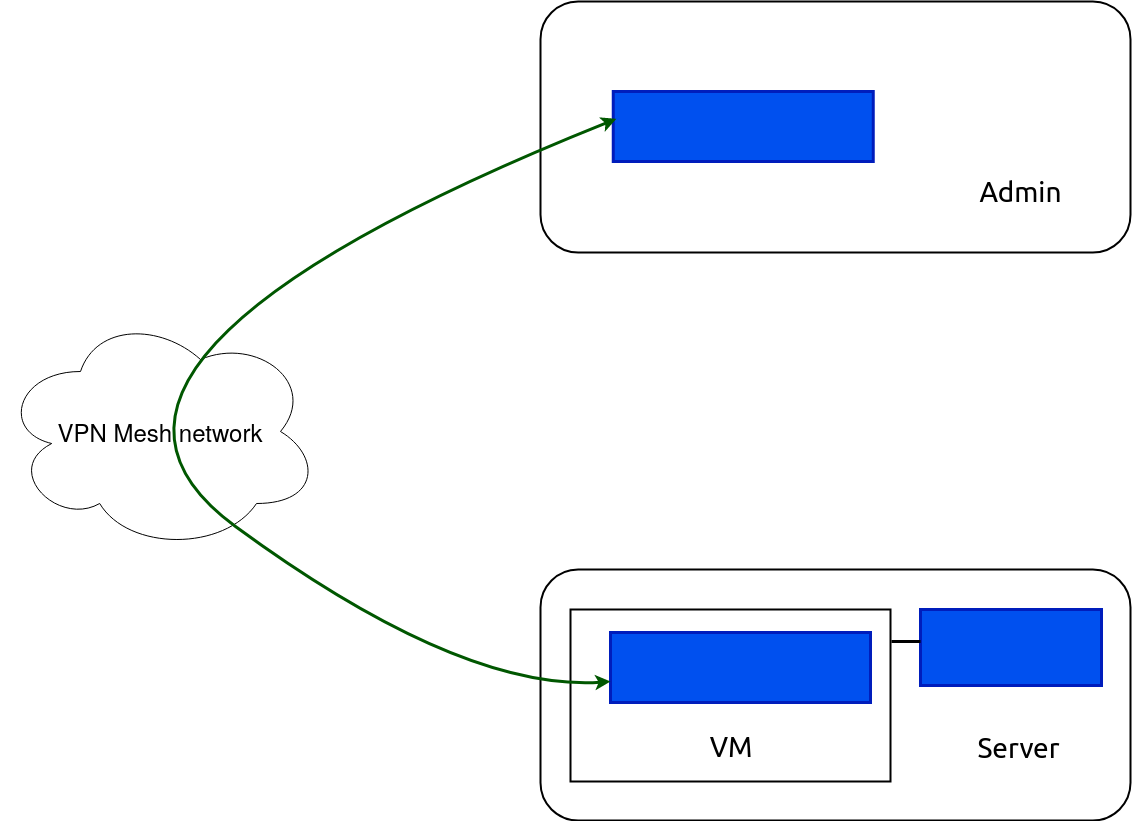
Above: vm-controller.drawio.png in clan-lol/clan-docs (draw.io), before the change. Source tidied: cells renumbered, new cells last; positions are measured from the earlier drawing's top-left corner, leaving out a move shared by most shapes. Source of this version:
```xml
<mxGraphModel>
  <root>
    <mxCell id="0" />
    <mxCell id="1" value="Connector" parent="0" />
    <mxCell id="2" value="&lt;font style=&quot;font-size: 24px;&quot;&gt;VPN Mesh network&lt;/font&gt;" style="ellipse;shape=cloud;whiteSpace=wrap;html=1;" parent="1" vertex="1">
      <mxGeometry y="310" width="320" height="240" as="geometry" />
    </mxCell>
    <mxCell id="3" style="group;" parent="1" vertex="1">
      <mxGeometry x="421" y="568" width="709" height="251" as="geometry" />
    </mxCell>
    <mxCell id="4" style="rounded=1;whiteSpace=wrap;html=1;hachureGap=4;strokeWidth=2;" parent="3" vertex="1">
      <mxGeometry x="119" width="590" height="251" as="geometry" />
    </mxCell>
    <mxCell id="5" style="verticalAlign=middle;align=center;vsdxID=5;shape=(stored shape, 160 characters);strokeWidth=2;labelBackgroundColor=none;rounded=0;html=1;whiteSpace=wrap;" parent="3" vertex="1">
      <mxGeometry x="149" y="40" width="320" height="172" as="geometry" />
    </mxCell>
    <mxCell id="6" value="&lt;font style=&quot;font-size: 22px; font-family: &amp;quot;calibri&amp;quot;; color: rgb(0, 0, 0); direction: ltr; letter-spacing: 0px; line-height: 120%; opacity: 1; --darkreader-inline-color: #e8e6e3;&quot;&gt;&lt;font style=&quot;font-size: 28px&quot;&gt;VM&lt;br&gt;&lt;/font&gt;&lt;/font&gt;" style="verticalAlign=middle;align=center;vsdxID=19;fillColor=none;gradientColor=none;shape=(stored shape, 160 characters);strokeColor=none;labelBackgroundColor=none;rounded=0;html=1;whiteSpace=wrap;" parent="3" vertex="1">
      <mxGeometry x="150" y="152" width="320" height="53" as="geometry" />
    </mxCell>
    <mxCell id="7" value="&lt;font style=&quot;font-size: 28px; font-family: Calibri; color: rgb(0, 0, 0); direction: ltr; letter-spacing: 0px; line-height: 120%; opacity: 1; --darkreader-inline-color: #e8e6e3;&quot;&gt;Server&lt;br&gt;&lt;/font&gt;" style="verticalAlign=middle;align=center;vsdxID=20;fillColor=none;gradientColor=none;shape=(stored shape, 160 characters);strokeColor=none;labelBackgroundColor=none;rounded=0;html=1;whiteSpace=wrap;" parent="3" vertex="1">
      <mxGeometry x="535" y="152" width="125" height="53" as="geometry" />
    </mxCell>
    <mxCell id="8" style="vsdxID=12;fillColor=#0050ef;shape=(stored shape, 160 characters);strokeColor=#001DBC;strokeWidth=3;labelBackgroundColor=none;rounded=0;html=1;whiteSpace=wrap;fontColor=#ffffff;" parent="3" vertex="1">
      <mxGeometry x="189" y="63" width="260" height="70" as="geometry" />
    </mxCell>
    <mxCell id="9" style="vsdxID=14;fillColor=#0050ef;shape=(stored shape, 160 characters);strokeColor=#001DBC;strokeWidth=3;labelBackgroundColor=none;rounded=0;html=1;whiteSpace=wrap;fontColor=#ffffff;" parent="3" vertex="1">
      <mxGeometry x="499" y="40" width="181" height="76" as="geometry" />
    </mxCell>
    <mxCell id="10" style="vsdxID=48;edgeStyle=none;startArrow=none;endArrow=none;startSize=5;endSize=5;strokeWidth=3;strokeColor=#000000;spacingTop=0;spacingBottom=0;spacingLeft=0;spacingRight=0;verticalAlign=middle;html=1;labelBackgroundColor=#ffffff;rounded=0;entryX=0.995;entryY=0.269;entryDx=0;entryDy=0;entryPerimeter=0;" parent="3" edge="1">
      <mxGeometry relative="1" as="geometry">
        <mxPoint x="499" y="72" as="sourcePoint" />
        <mxPoint x="470" y="72" as="targetPoint" />
      </mxGeometry>
    </mxCell>
    <mxCell id="11" style="group;" parent="1" vertex="1">
      <mxGeometry x="540" width="590" height="251" as="geometry" />
    </mxCell>
    <mxCell id="12" style="rounded=1;whiteSpace=wrap;html=1;hachureGap=4;strokeWidth=2;" parent="11" vertex="1">
      <mxGeometry width="590" height="251" as="geometry" />
    </mxCell>
    <mxCell id="13" value="&lt;font style=&quot;font-size: 28px; font-family: &amp;quot;calibri&amp;quot;; color: rgb(0, 0, 0); direction: ltr; letter-spacing: 0px; line-height: 120%; opacity: 1; --darkreader-inline-color: #e8e6e3;&quot;&gt;Admin&lt;br&gt;&lt;/font&gt;" style="verticalAlign=middle;align=center;vsdxID=28;fillColor=none;gradientColor=none;shape=(stored shape, 160 characters);strokeColor=none;labelBackgroundColor=none;rounded=0;html=1;whiteSpace=wrap;" parent="11" vertex="1">
      <mxGeometry x="413" y="140" width="135" height="99" as="geometry" />
    </mxCell>
    <mxCell id="14" style="vsdxID=12;fillColor=#0050ef;shape=(stored shape, 160 characters);strokeColor=#001DBC;strokeWidth=3;labelBackgroundColor=none;rounded=0;html=1;whiteSpace=wrap;fontColor=#ffffff;" parent="11" vertex="1">
      <mxGeometry x="72.8" y="90" width="260" height="70" as="geometry" />
    </mxCell>
    <mxCell id="15" style="curved=1;endArrow=classic;html=1;rounded=0;entryX=0.012;entryY=0.39;entryDx=0;entryDy=0;entryPerimeter=0;strokeWidth=3;startArrow=classic;startFill=1;fillColor=#008a00;strokeColor=#005700;" parent="1" edge="1" target="14">
      <mxGeometry relative="1" as="geometry">
        <mxPoint x="610" y="680" as="sourcePoint" />
        <Array as="points">
          <mxPoint x="460" y="690" />
          <mxPoint x="10" y="360" />
        </Array>
      </mxGeometry>
    </mxCell>
  </root>
</mxGraphModel>
```
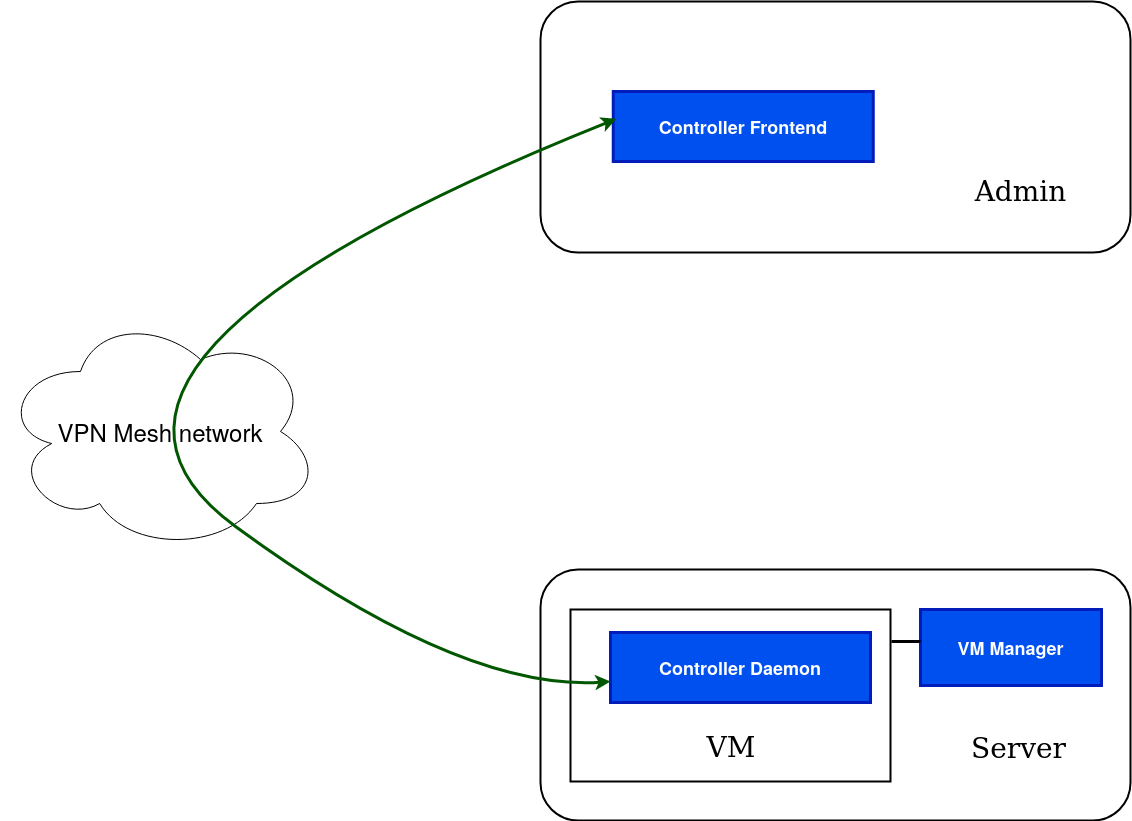
The same file after the commit.

The edit, as a diff of the source:
```diff
@@ -20,10 +20,10 @@
     <mxCell id="7" value="&lt;font style=&quot;font-size: 28px; font-family: Calibri; color: rgb(0, 0, 0); direction: ltr; letter-spacing: 0px; line-height: 120%; opacity: 1; --darkreader-inline-color: #e8e6e3;&quot;&gt;Server&lt;br&gt;&lt;/font&gt;" style="verticalAlign=middle;align=center;vsdxID=20;fillColor=none;gradientColor=none;shape=(stored shape, 160 characters);strokeColor=none;labelBackgroundColor=none;rounded=0;html=1;whiteSpace=wrap;" parent="3" vertex="1">
       <mxGeometry x="535" y="152" width="125" height="53" as="geometry" />
     </mxCell>
-    <mxCell id="8" style="vsdxID=12;fillColor=#0050ef;shape=(stored shape, 160 characters);strokeColor=#001DBC;strokeWidth=3;labelBackgroundColor=none;rounded=0;html=1;whiteSpace=wrap;fontColor=#ffffff;" parent="3" vertex="1">
+    <mxCell id="8" value="&lt;h2&gt;Controller Daemon&lt;/h2&gt;" style="vsdxID=12;fillColor=#0050ef;shape=(stored shape, 160 characters);strokeColor=#001DBC;strokeWidth=3;labelBackgroundColor=none;rounded=0;html=1;whiteSpace=wrap;fontColor=#ffffff;" parent="3" vertex="1">
       <mxGeometry x="189" y="63" width="260" height="70" as="geometry" />
     </mxCell>
-    <mxCell id="9" style="vsdxID=14;fillColor=#0050ef;shape=(stored shape, 160 characters);strokeColor=#001DBC;strokeWidth=3;labelBackgroundColor=none;rounded=0;html=1;whiteSpace=wrap;fontColor=#ffffff;" parent="3" vertex="1">
+    <mxCell id="9" value="&lt;h2&gt;VM Manager&lt;br&gt;&lt;/h2&gt;" style="vsdxID=14;fillColor=#0050ef;shape=(stored shape, 160 characters);strokeColor=#001DBC;strokeWidth=3;labelBackgroundColor=none;rounded=0;html=1;whiteSpace=wrap;fontColor=#ffffff;" parent="3" vertex="1">
       <mxGeometry x="499" y="40" width="181" height="76" as="geometry" />
     </mxCell>
     <mxCell id="10" style="vsdxID=48;edgeStyle=none;startArrow=none;endArrow=none;startSize=5;endSize=5;strokeWidth=3;strokeColor=#000000;spacingTop=0;spacingBottom=0;spacingLeft=0;spacingRight=0;verticalAlign=middle;html=1;labelBackgroundColor=#ffffff;rounded=0;entryX=0.995;entryY=0.269;entryDx=0;entryDy=0;entryPerimeter=0;" parent="3" edge="1">
@@ -41,7 +41,7 @@
     <mxCell id="13" value="&lt;font style=&quot;font-size: 28px; font-family: &amp;quot;calibri&amp;quot;; color: rgb(0, 0, 0); direction: ltr; letter-spacing: 0px; line-height: 120%; opacity: 1; --darkreader-inline-color: #e8e6e3;&quot;&gt;Admin&lt;br&gt;&lt;/font&gt;" style="verticalAlign=middle;align=center;vsdxID=28;fillColor=none;gradientColor=none;shape=(stored shape, 160 characters);strokeColor=none;labelBackgroundColor=none;rounded=0;html=1;whiteSpace=wrap;" parent="11" vertex="1">
       <mxGeometry x="413" y="140" width="135" height="99" as="geometry" />
     </mxCell>
-    <mxCell id="14" style="vsdxID=12;fillColor=#0050ef;shape=(stored shape, 160 characters);strokeColor=#001DBC;strokeWidth=3;labelBackgroundColor=none;rounded=0;html=1;whiteSpace=wrap;fontColor=#ffffff;" parent="11" vertex="1">
+    <mxCell id="14" value="&lt;h2&gt;Controller Frontend&lt;br&gt;&lt;/h2&gt;" style="vsdxID=12;fillColor=#0050ef;shape=(stored shape, 160 characters);strokeColor=#001DBC;strokeWidth=3;labelBackgroundColor=none;rounded=0;html=1;whiteSpace=wrap;fontColor=#ffffff;" parent="11" vertex="1">
       <mxGeometry x="72.8" y="90" width="260" height="70" as="geometry" />
     </mxCell>
     <mxCell id="15" style="curved=1;endArrow=classic;html=1;rounded=0;entryX=0.012;entryY=0.39;entryDx=0;entryDy=0;entryPerimeter=0;strokeWidth=3;startArrow=classic;startFill=1;fillColor=#008a00;strokeColor=#005700;" parent="1" edge="1" target="14">
```
